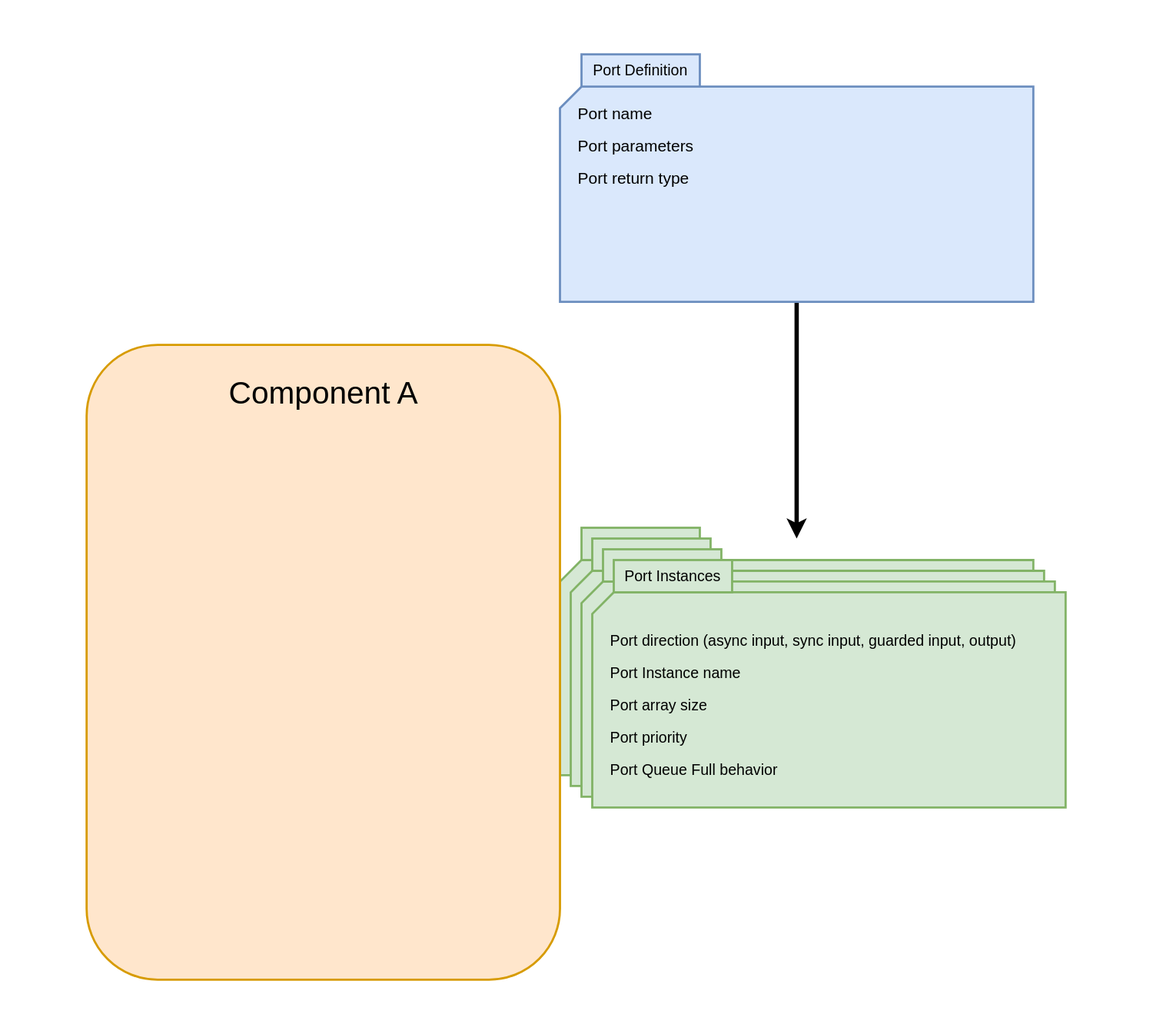
Earlier version of the draw.io export modules/ROOT/assets/images/port_definition_vs_port_instance.drawio.svg (saba-ja/fprime-user-guide). Source tidied: cells renumbered, new cells last; positions are measured from the earlier drawing's top-left corner, leaving out a move shared by most shapes.
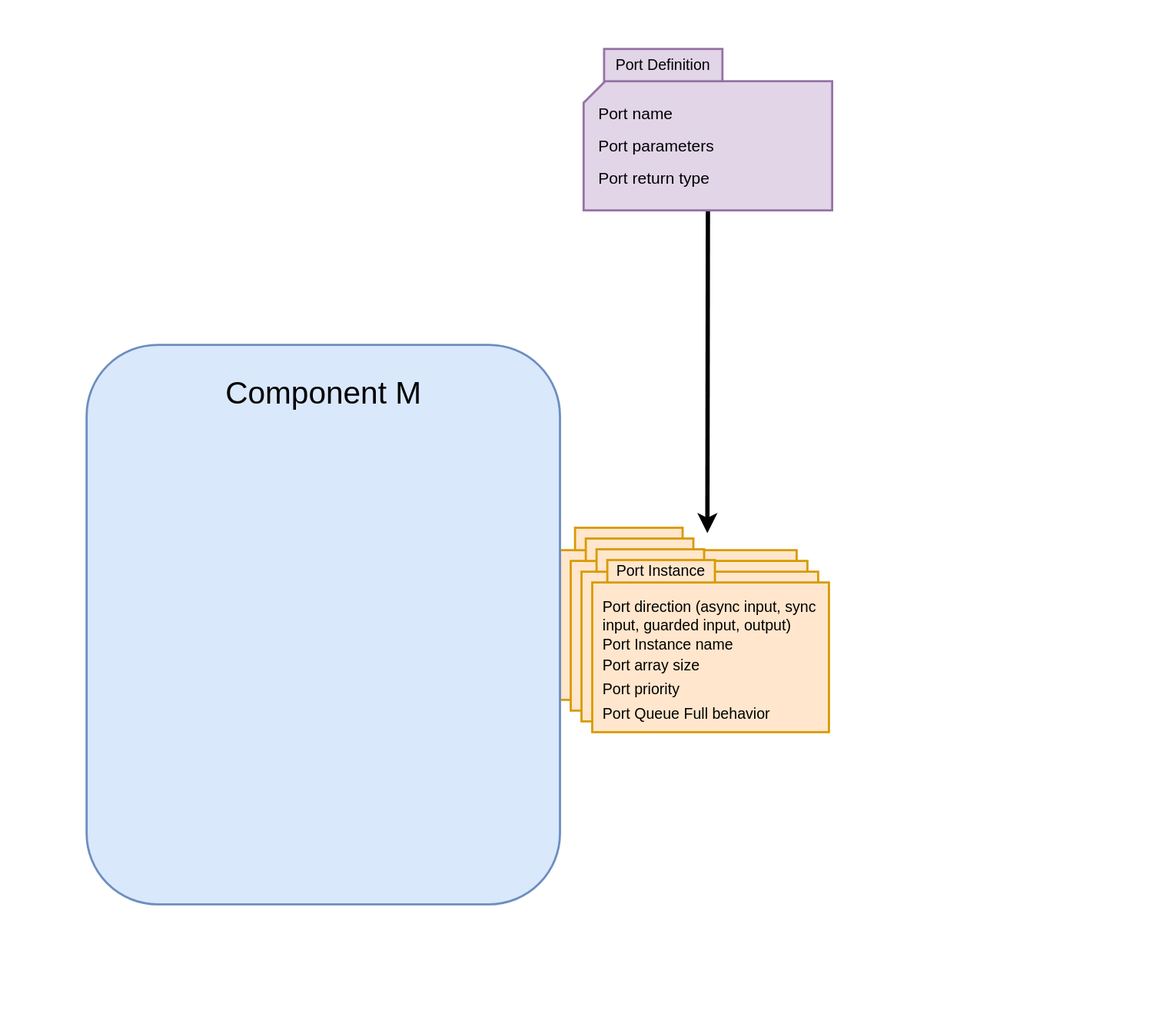
After the commit.

The edit, as a diff of the source:
```diff
@@ -7,125 +7,125 @@
     </mxCell>
     <mxCell id="3" style="edgeStyle=orthogonalEdgeStyle;rounded=0;jettySize=auto;html=1;exitX=0.5;exitY=1;exitDx=0;exitDy=0;exitPerimeter=0;strokeWidth=4;" parent="1" edge="1" source="4">
       <mxGeometry relative="1" as="geometry">
-        <mxPoint x="740" y="500" as="targetPoint" />
+        <mxPoint x="657" y="495" as="targetPoint" />
       </mxGeometry>
     </mxCell>
-    <mxCell id="4" style="verticalLabelPosition=bottom;verticalAlign=top;html=1;shape=card;whiteSpace=wrap;size=20;arcSize=12;fillColor=#dae8fc;strokeColor=#6c8ebf;strokeWidth=2;" parent="1" vertex="1">
-      <mxGeometry x="520" y="80" width="440" height="200" as="geometry" />
+    <mxCell id="4" style="verticalLabelPosition=bottom;verticalAlign=top;html=1;shape=card;whiteSpace=wrap;size=20;arcSize=12;fillColor=#e1d5e7;strokeColor=#9673a6;strokeWidth=2;" parent="1" vertex="1">
+      <mxGeometry x="542" y="75" width="231" height="120" as="geometry" />
     </mxCell>
-    <mxCell id="5" value="Port Definition" style="text;html=1;strokeColor=#6c8ebf;fillColor=#dae8fc;align=center;verticalAlign=middle;whiteSpace=wrap;rounded=0;fontSize=14;strokeWidth=2;" parent="1" vertex="1">
-      <mxGeometry x="540" y="50" width="110" height="30" as="geometry" />
+    <mxCell id="5" value="Port Definition" style="text;html=1;strokeColor=#9673a6;fillColor=#e1d5e7;align=center;verticalAlign=middle;whiteSpace=wrap;rounded=0;fontSize=14;strokeWidth=2;" parent="1" vertex="1">
+      <mxGeometry x="561" y="45" width="110" height="30" as="geometry" />
     </mxCell>
     <mxCell id="6" value="Port name" style="text;html=1;strokeColor=none;fillColor=none;align=left;verticalAlign=middle;whiteSpace=wrap;rounded=0;fontSize=15;" parent="1" vertex="1">
-      <mxGeometry x="535" y="90" width="120" height="30" as="geometry" />
+      <mxGeometry x="553.5" y="90" width="120" height="30" as="geometry" />
     </mxCell>
     <mxCell id="7" value="Port parameters" style="text;html=1;strokeColor=none;fillColor=none;align=left;verticalAlign=middle;whiteSpace=wrap;rounded=0;fontSize=15;" parent="1" vertex="1">
-      <mxGeometry x="535" y="120" width="125" height="30" as="geometry" />
+      <mxGeometry x="553.5" y="120" width="125" height="30" as="geometry" />
     </mxCell>
     <mxCell id="8" value="Port return type" style="text;html=1;strokeColor=none;fillColor=none;align=left;verticalAlign=middle;whiteSpace=wrap;rounded=0;fontSize=15;" parent="1" vertex="1">
-      <mxGeometry x="535" y="150" width="125" height="30" as="geometry" />
+      <mxGeometry x="553.5" y="150" width="125" height="30" as="geometry" />
     </mxCell>
     <mxCell id="9" style="group;" parent="1" vertex="1">
-      <mxGeometry x="520" y="490" width="440" height="230" as="geometry" />
+      <mxGeometry x="520" y="490" width="220" height="160" as="geometry" />
     </mxCell>
-    <mxCell id="10" style="verticalLabelPosition=bottom;verticalAlign=top;html=1;shape=card;whiteSpace=wrap;size=20;arcSize=12;fillColor=#d5e8d4;strokeColor=#82b366;strokeWidth=2;" parent="9" vertex="1">
-      <mxGeometry y="30" width="440" height="200" as="geometry" />
+    <mxCell id="10" style="verticalLabelPosition=bottom;verticalAlign=top;html=1;shape=card;whiteSpace=wrap;size=0;arcSize=12;fillColor=#ffe6cc;strokeColor=#d79b00;strokeWidth=2;" parent="9" vertex="1">
+      <mxGeometry y="20.9" width="220" height="139.1" as="geometry" />
     </mxCell>
-    <mxCell id="11" value="Port Instances" style="text;html=1;strokeColor=#82b366;fillColor=#d5e8d4;align=center;verticalAlign=middle;whiteSpace=wrap;rounded=0;fontSize=14;strokeWidth=2;" parent="9" vertex="1">
-      <mxGeometry x="20" width="110" height="30" as="geometry" />
+    <mxCell id="11" style="text;html=1;strokeColor=#d79b00;fillColor=#ffe6cc;align=center;verticalAlign=middle;whiteSpace=wrap;rounded=0;fontSize=14;strokeWidth=2;" parent="9" vertex="1">
+      <mxGeometry x="14" width="100" height="20.9" as="geometry" />
     </mxCell>
     <mxCell id="12" value="Port direction (async input, sync input, guarded input, output)" style="text;html=1;strokeColor=none;fillColor=none;align=left;verticalAlign=middle;whiteSpace=wrap;rounded=0;fontSize=14;" parent="9" vertex="1">
-      <mxGeometry x="15" y="60" width="405" height="30" as="geometry" />
+      <mxGeometry x="7.5" y="41.7" width="202.5" height="20.9" as="geometry" />
     </mxCell>
     <mxCell id="13" value="Port Instance name" style="text;html=1;strokeColor=none;fillColor=none;align=left;verticalAlign=middle;whiteSpace=wrap;rounded=0;fontSize=14;" parent="9" vertex="1">
-      <mxGeometry x="15" y="90" width="330" height="30" as="geometry" />
+      <mxGeometry x="7.5" y="68.6" width="165" height="20.9" as="geometry" />
     </mxCell>
     <mxCell id="14" value="Port priority" style="text;html=1;strokeColor=none;fillColor=none;align=left;verticalAlign=middle;whiteSpace=wrap;rounded=0;fontSize=14;" parent="9" vertex="1">
-      <mxGeometry x="15" y="150" width="320" height="30" as="geometry" />
+      <mxGeometry x="7.5" y="109.3" width="160" height="20.9" as="geometry" />
     </mxCell>
     <mxCell id="15" value="Port Queue Full behavior" style="text;html=1;strokeColor=none;fillColor=none;align=left;verticalAlign=middle;whiteSpace=wrap;rounded=0;fontSize=14;" parent="9" vertex="1">
-      <mxGeometry x="15" y="180" width="335" height="30" as="geometry" />
+      <mxGeometry x="7.5" y="132.2" width="167.5" height="20.9" as="geometry" />
     </mxCell>
     <mxCell id="16" value="Port array size" style="text;html=1;strokeColor=none;fillColor=none;align=left;verticalAlign=middle;whiteSpace=wrap;rounded=0;fontSize=14;" parent="9" vertex="1">
-      <mxGeometry x="15" y="120" width="330" height="30" as="geometry" />
+      <mxGeometry x="7.5" y="87.5" width="165" height="20.9" as="geometry" />
     </mxCell>
-    <mxCell id="17" style="group;" parent="1" vertex="1">
-      <mxGeometry x="530" y="500" width="440" height="230" as="geometry" />
+    <mxCell id="17" style="rounded=1;whiteSpace=wrap;html=1;fillColor=#dae8fc;strokeColor=#6c8ebf;strokeWidth=2;" parent="1" vertex="1">
+      <mxGeometry x="80" y="320" width="440" height="520" as="geometry" />
     </mxCell>
-    <mxCell id="18" style="verticalLabelPosition=bottom;verticalAlign=top;html=1;shape=card;whiteSpace=wrap;size=20;arcSize=12;fillColor=#d5e8d4;strokeColor=#82b366;strokeWidth=2;" parent="17" vertex="1">
-      <mxGeometry y="30" width="440" height="200" as="geometry" />
+    <mxCell id="18" value="Component M" style="text;html=1;strokeColor=none;fillColor=none;align=center;verticalAlign=middle;whiteSpace=wrap;rounded=0;fontSize=29;" parent="1" vertex="1">
+      <mxGeometry x="202.5" y="350" width="195" height="30" as="geometry" />
     </mxCell>
-    <mxCell id="19" value="Port Instances" style="text;html=1;strokeColor=#82b366;fillColor=#d5e8d4;align=center;verticalAlign=middle;whiteSpace=wrap;rounded=0;fontSize=14;strokeWidth=2;" parent="17" vertex="1">
-      <mxGeometry x="20" width="110" height="30" as="geometry" />
+    <mxCell id="19" style="group;" parent="1" vertex="1">
+      <mxGeometry x="530" y="500" width="220" height="160" as="geometry" />
     </mxCell>
-    <mxCell id="20" value="Port direction (async input, sync input, guarded input, output)" style="text;html=1;strokeColor=none;fillColor=none;align=left;verticalAlign=middle;whiteSpace=wrap;rounded=0;fontSize=14;" parent="17" vertex="1">
-      <mxGeometry x="15" y="60" width="405" height="30" as="geometry" />
+    <mxCell id="20" style="verticalLabelPosition=bottom;verticalAlign=top;html=1;shape=card;whiteSpace=wrap;size=0;arcSize=12;fillColor=#ffe6cc;strokeColor=#d79b00;strokeWidth=2;" parent="19" vertex="1">
+      <mxGeometry y="20.9" width="220" height="139.1" as="geometry" />
     </mxCell>
-    <mxCell id="21" value="Port Instance name" style="text;html=1;strokeColor=none;fillColor=none;align=left;verticalAlign=middle;whiteSpace=wrap;rounded=0;fontSize=14;" parent="17" vertex="1">
-      <mxGeometry x="15" y="90" width="330" height="30" as="geometry" />
+    <mxCell id="21" style="text;html=1;strokeColor=#d79b00;fillColor=#ffe6cc;align=center;verticalAlign=middle;whiteSpace=wrap;rounded=0;fontSize=14;strokeWidth=2;" parent="19" vertex="1">
+      <mxGeometry x="14" width="100" height="20.9" as="geometry" />
     </mxCell>
-    <mxCell id="22" value="Port priority" style="text;html=1;strokeColor=none;fillColor=none;align=left;verticalAlign=middle;whiteSpace=wrap;rounded=0;fontSize=14;" parent="17" vertex="1">
-      <mxGeometry x="15" y="150" width="320" height="30" as="geometry" />
+    <mxCell id="22" value="Port direction (async input, sync input, guarded input, output)" style="text;html=1;strokeColor=none;fillColor=none;align=left;verticalAlign=middle;whiteSpace=wrap;rounded=0;fontSize=14;" parent="19" vertex="1">
+      <mxGeometry x="7.5" y="41.7" width="202.5" height="20.9" as="geometry" />
     </mxCell>
-    <mxCell id="23" value="Port Queue Full behavior" style="text;html=1;strokeColor=none;fillColor=none;align=left;verticalAlign=middle;whiteSpace=wrap;rounded=0;fontSize=14;" parent="17" vertex="1">
-      <mxGeometry x="15" y="180" width="335" height="30" as="geometry" />
+    <mxCell id="23" value="Port Instance name" style="text;html=1;strokeColor=none;fillColor=none;align=left;verticalAlign=middle;whiteSpace=wrap;rounded=0;fontSize=14;" parent="19" vertex="1">
+      <mxGeometry x="7.5" y="68.6" width="165" height="20.9" as="geometry" />
     </mxCell>
-    <mxCell id="24" value="Port array size" style="text;html=1;strokeColor=none;fillColor=none;align=left;verticalAlign=middle;whiteSpace=wrap;rounded=0;fontSize=14;" parent="17" vertex="1">
-      <mxGeometry x="15" y="120" width="330" height="30" as="geometry" />
+    <mxCell id="24" value="Port priority" style="text;html=1;strokeColor=none;fillColor=none;align=left;verticalAlign=middle;whiteSpace=wrap;rounded=0;fontSize=14;" parent="19" vertex="1">
+      <mxGeometry x="7.5" y="109.3" width="160" height="20.9" as="geometry" />
     </mxCell>
-    <mxCell id="25" style="group;" parent="1" vertex="1">
-      <mxGeometry x="540" y="510" width="440" height="230" as="geometry" />
+    <mxCell id="25" value="Port Queue Full behavior" style="text;html=1;strokeColor=none;fillColor=none;align=left;verticalAlign=middle;whiteSpace=wrap;rounded=0;fontSize=14;" parent="19" vertex="1">
+      <mxGeometry x="7.5" y="132.2" width="167.5" height="20.9" as="geometry" />
     </mxCell>
-    <mxCell id="26" style="verticalLabelPosition=bottom;verticalAlign=top;html=1;shape=card;whiteSpace=wrap;size=20;arcSize=12;fillColor=#d5e8d4;strokeColor=#82b366;strokeWidth=2;" parent="25" vertex="1">
-      <mxGeometry y="30" width="440" height="200" as="geometry" />
+    <mxCell id="26" value="Port array size" style="text;html=1;strokeColor=none;fillColor=none;align=left;verticalAlign=middle;whiteSpace=wrap;rounded=0;fontSize=14;" parent="19" vertex="1">
+      <mxGeometry x="7.5" y="87.5" width="165" height="20.9" as="geometry" />
     </mxCell>
-    <mxCell id="27" value="Port Instances" style="text;html=1;strokeColor=#82b366;fillColor=#d5e8d4;align=center;verticalAlign=middle;whiteSpace=wrap;rounded=0;fontSize=14;strokeWidth=2;" parent="25" vertex="1">
-      <mxGeometry x="20" width="110" height="30" as="geometry" />
+    <mxCell id="27" style="group;" parent="1" vertex="1">
+      <mxGeometry x="540" y="510" width="220" height="160" as="geometry" />
     </mxCell>
-    <mxCell id="28" value="Port direction (async input, sync input, guarded input, output)" style="text;html=1;strokeColor=none;fillColor=none;align=left;verticalAlign=middle;whiteSpace=wrap;rounded=0;fontSize=14;" parent="25" vertex="1">
-      <mxGeometry x="15" y="60" width="405" height="30" as="geometry" />
+    <mxCell id="28" style="verticalLabelPosition=bottom;verticalAlign=top;html=1;shape=card;whiteSpace=wrap;size=0;arcSize=12;fillColor=#ffe6cc;strokeColor=#d79b00;strokeWidth=2;" parent="27" vertex="1">
+      <mxGeometry y="20.9" width="220" height="139.1" as="geometry" />
     </mxCell>
-    <mxCell id="29" value="Port Instance name" style="text;html=1;strokeColor=none;fillColor=none;align=left;verticalAlign=middle;whiteSpace=wrap;rounded=0;fontSize=14;" parent="25" vertex="1">
-      <mxGeometry x="15" y="90" width="330" height="30" as="geometry" />
+    <mxCell id="29" style="text;html=1;strokeColor=#d79b00;fillColor=#ffe6cc;align=center;verticalAlign=middle;whiteSpace=wrap;rounded=0;fontSize=14;strokeWidth=2;" parent="27" vertex="1">
+      <mxGeometry x="14" width="100" height="20.9" as="geometry" />
     </mxCell>
-    <mxCell id="30" value="Port priority" style="text;html=1;strokeColor=none;fillColor=none;align=left;verticalAlign=middle;whiteSpace=wrap;rounded=0;fontSize=14;" parent="25" vertex="1">
-      <mxGeometry x="15" y="150" width="320" height="30" as="geometry" />
+    <mxCell id="30" value="Port direction (async input, sync input, guarded input, output)" style="text;html=1;strokeColor=none;fillColor=none;align=left;verticalAlign=middle;whiteSpace=wrap;rounded=0;fontSize=14;" parent="27" vertex="1">
+      <mxGeometry x="7.5" y="41.7" width="202.5" height="20.9" as="geometry" />
     </mxCell>
-    <mxCell id="31" value="Port Queue Full behavior" style="text;html=1;strokeColor=none;fillColor=none;align=left;verticalAlign=middle;whiteSpace=wrap;rounded=0;fontSize=14;" parent="25" vertex="1">
-      <mxGeometry x="15" y="180" width="335" height="30" as="geometry" />
+    <mxCell id="31" value="Port Instance name" style="text;html=1;strokeColor=none;fillColor=none;align=left;verticalAlign=middle;whiteSpace=wrap;rounded=0;fontSize=14;" parent="27" vertex="1">
+      <mxGeometry x="7.5" y="68.6" width="165" height="20.9" as="geometry" />
     </mxCell>
-    <mxCell id="32" value="Port array size" style="text;html=1;strokeColor=none;fillColor=none;align=left;verticalAlign=middle;whiteSpace=wrap;rounded=0;fontSize=14;" parent="25" vertex="1">
-      <mxGeometry x="15" y="120" width="330" height="30" as="geometry" />
+    <mxCell id="32" value="Port priority" style="text;html=1;strokeColor=none;fillColor=none;align=left;verticalAlign=middle;whiteSpace=wrap;rounded=0;fontSize=14;" parent="27" vertex="1">
+      <mxGeometry x="7.5" y="109.3" width="160" height="20.9" as="geometry" />
     </mxCell>
-    <mxCell id="33" style="group;" parent="1" vertex="1">
-      <mxGeometry x="550" y="520" width="440" height="230" as="geometry" />
+    <mxCell id="33" value="Port Queue Full behavior" style="text;html=1;strokeColor=none;fillColor=none;align=left;verticalAlign=middle;whiteSpace=wrap;rounded=0;fontSize=14;" parent="27" vertex="1">
+      <mxGeometry x="7.5" y="132.2" width="167.5" height="20.9" as="geometry" />
     </mxCell>
-    <mxCell id="34" style="verticalLabelPosition=bottom;verticalAlign=top;html=1;shape=card;whiteSpace=wrap;size=20;arcSize=12;fillColor=#d5e8d4;strokeColor=#82b366;strokeWidth=2;" parent="33" vertex="1">
-      <mxGeometry y="30" width="440" height="200" as="geometry" />
+    <mxCell id="34" value="Port array size" style="text;html=1;strokeColor=none;fillColor=none;align=left;verticalAlign=middle;whiteSpace=wrap;rounded=0;fontSize=14;" parent="27" vertex="1">
+      <mxGeometry x="7.5" y="87.5" width="165" height="20.9" as="geometry" />
     </mxCell>
-    <mxCell id="35" value="Port Instances" style="text;html=1;strokeColor=#82b366;fillColor=#d5e8d4;align=center;verticalAlign=middle;whiteSpace=wrap;rounded=0;fontSize=14;strokeWidth=2;" parent="33" vertex="1">
-      <mxGeometry x="20" width="110" height="30" as="geometry" />
+    <mxCell id="35" style="group;" parent="1" vertex="1">
+      <mxGeometry x="550" y="520" width="220" height="160" as="geometry" />
     </mxCell>
-    <mxCell id="36" value="Port direction (async input, sync input, guarded input, output)" style="text;html=1;strokeColor=none;fillColor=none;align=left;verticalAlign=middle;whiteSpace=wrap;rounded=0;fontSize=14;" parent="33" vertex="1">
-      <mxGeometry x="15" y="60" width="405" height="30" as="geometry" />
+    <mxCell id="36" style="verticalLabelPosition=bottom;verticalAlign=top;html=1;shape=card;whiteSpace=wrap;size=0;arcSize=12;fillColor=#ffe6cc;strokeColor=#d79b00;strokeWidth=2;" parent="35" vertex="1">
+      <mxGeometry y="20.9" width="220" height="139.1" as="geometry" />
     </mxCell>
-    <mxCell id="37" value="Port Instance name" style="text;html=1;strokeColor=none;fillColor=none;align=left;verticalAlign=middle;whiteSpace=wrap;rounded=0;fontSize=14;" parent="33" vertex="1">
-      <mxGeometry x="15" y="90" width="330" height="30" as="geometry" />
+    <mxCell id="37" value="Port Instance" style="text;html=1;strokeColor=#d79b00;fillColor=#ffe6cc;align=center;verticalAlign=middle;whiteSpace=wrap;rounded=0;fontSize=14;strokeWidth=2;" parent="35" vertex="1">
+      <mxGeometry x="14" width="100" height="20.9" as="geometry" />
     </mxCell>
-    <mxCell id="38" value="Port priority" style="text;html=1;strokeColor=none;fillColor=none;align=left;verticalAlign=middle;whiteSpace=wrap;rounded=0;fontSize=14;" parent="33" vertex="1">
-      <mxGeometry x="15" y="150" width="320" height="30" as="geometry" />
+    <mxCell id="38" value="Port direction (async input, sync input, guarded input, output)" style="text;html=1;strokeColor=none;fillColor=none;align=left;verticalAlign=middle;whiteSpace=wrap;rounded=0;fontSize=14;" parent="35" vertex="1">
+      <mxGeometry x="7.5" y="41.7" width="202.5" height="20.9" as="geometry" />
     </mxCell>
-    <mxCell id="39" value="Port Queue Full behavior" style="text;html=1;strokeColor=none;fillColor=none;align=left;verticalAlign=middle;whiteSpace=wrap;rounded=0;fontSize=14;" parent="33" vertex="1">
-      <mxGeometry x="15" y="180" width="335" height="30" as="geometry" />
+    <mxCell id="39" value="Port Instance name" style="text;html=1;strokeColor=none;fillColor=none;align=left;verticalAlign=middle;whiteSpace=wrap;rounded=0;fontSize=14;" parent="35" vertex="1">
+      <mxGeometry x="7.5" y="68.6" width="165" height="20.9" as="geometry" />
     </mxCell>
-    <mxCell id="40" value="Port array size" style="text;html=1;strokeColor=none;fillColor=none;align=left;verticalAlign=middle;whiteSpace=wrap;rounded=0;fontSize=14;" parent="33" vertex="1">
-      <mxGeometry x="15" y="120" width="330" height="30" as="geometry" />
+    <mxCell id="40" value="Port priority" style="text;html=1;strokeColor=none;fillColor=none;align=left;verticalAlign=middle;whiteSpace=wrap;rounded=0;fontSize=14;" parent="35" vertex="1">
+      <mxGeometry x="7.5" y="109.3" width="160" height="20.9" as="geometry" />
     </mxCell>
-    <mxCell id="41" style="rounded=1;whiteSpace=wrap;html=1;fillColor=#ffe6cc;strokeColor=#d79b00;strokeWidth=2;" parent="1" vertex="1">
-      <mxGeometry x="80" y="320" width="440" height="590" as="geometry" />
+    <mxCell id="41" value="Port Queue Full behavior" style="text;html=1;strokeColor=none;fillColor=none;align=left;verticalAlign=middle;whiteSpace=wrap;rounded=0;fontSize=14;" parent="35" vertex="1">
+      <mxGeometry x="7.5" y="132.2" width="167.5" height="20.9" as="geometry" />
     </mxCell>
-    <mxCell id="42" value="Component A" style="text;html=1;strokeColor=none;fillColor=none;align=center;verticalAlign=middle;whiteSpace=wrap;rounded=0;fontSize=29;" parent="1" vertex="1">
-      <mxGeometry x="202.5" y="350" width="195" height="30" as="geometry" />
+    <mxCell id="42" value="Port array size" style="text;html=1;strokeColor=none;fillColor=none;align=left;verticalAlign=middle;whiteSpace=wrap;rounded=0;fontSize=14;" parent="35" vertex="1">
+      <mxGeometry x="7.5" y="87.5" width="165" height="20.9" as="geometry" />
     </mxCell>
   </root>
 </mxGraphModel>
```
